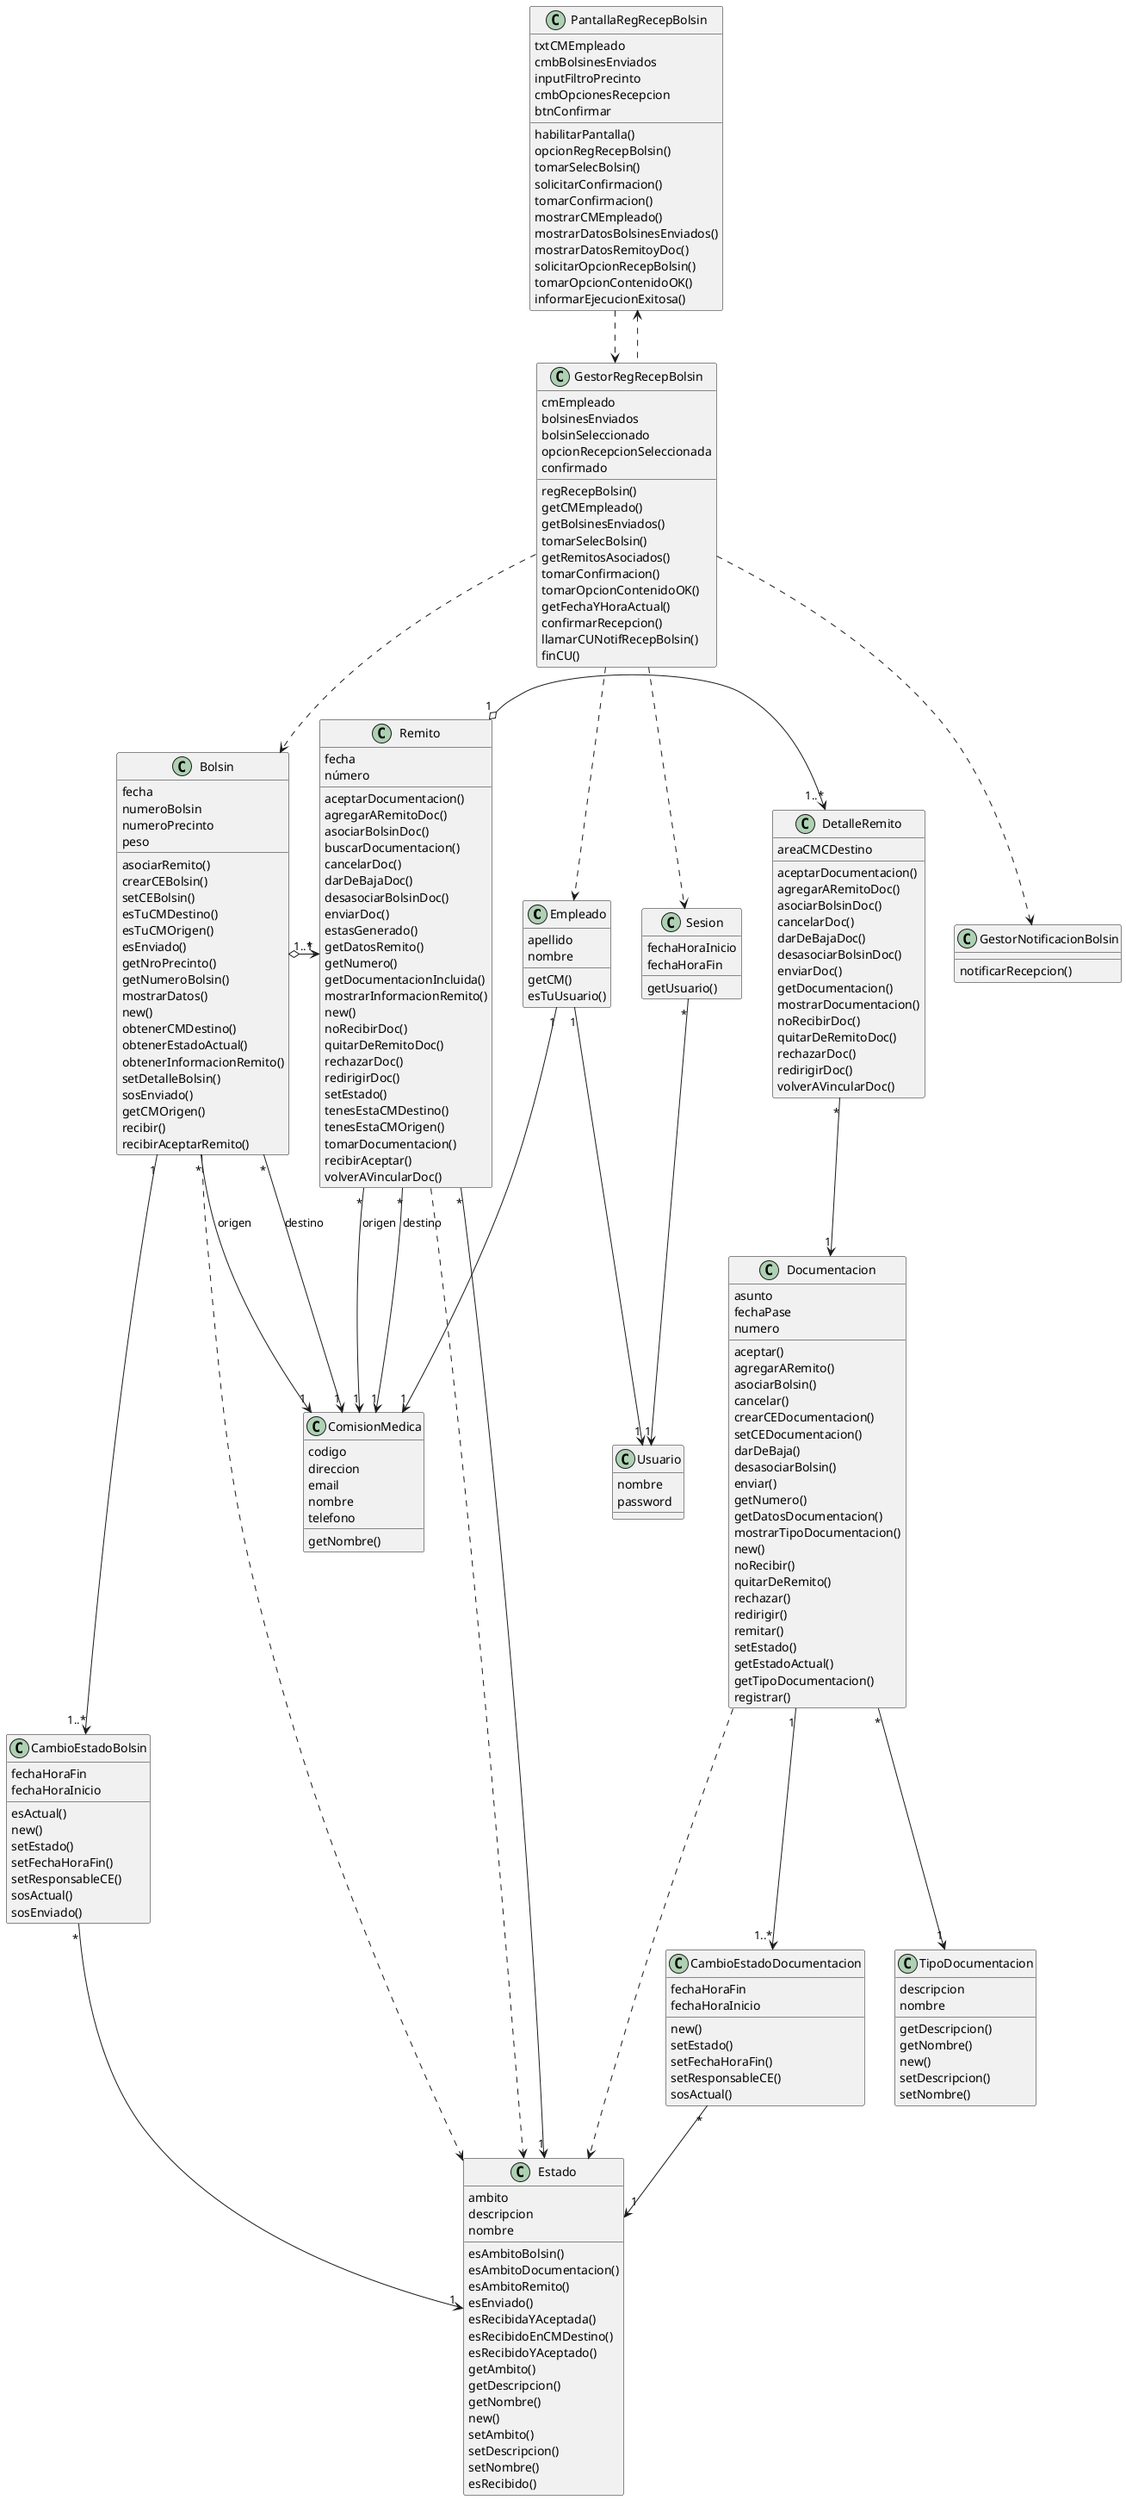
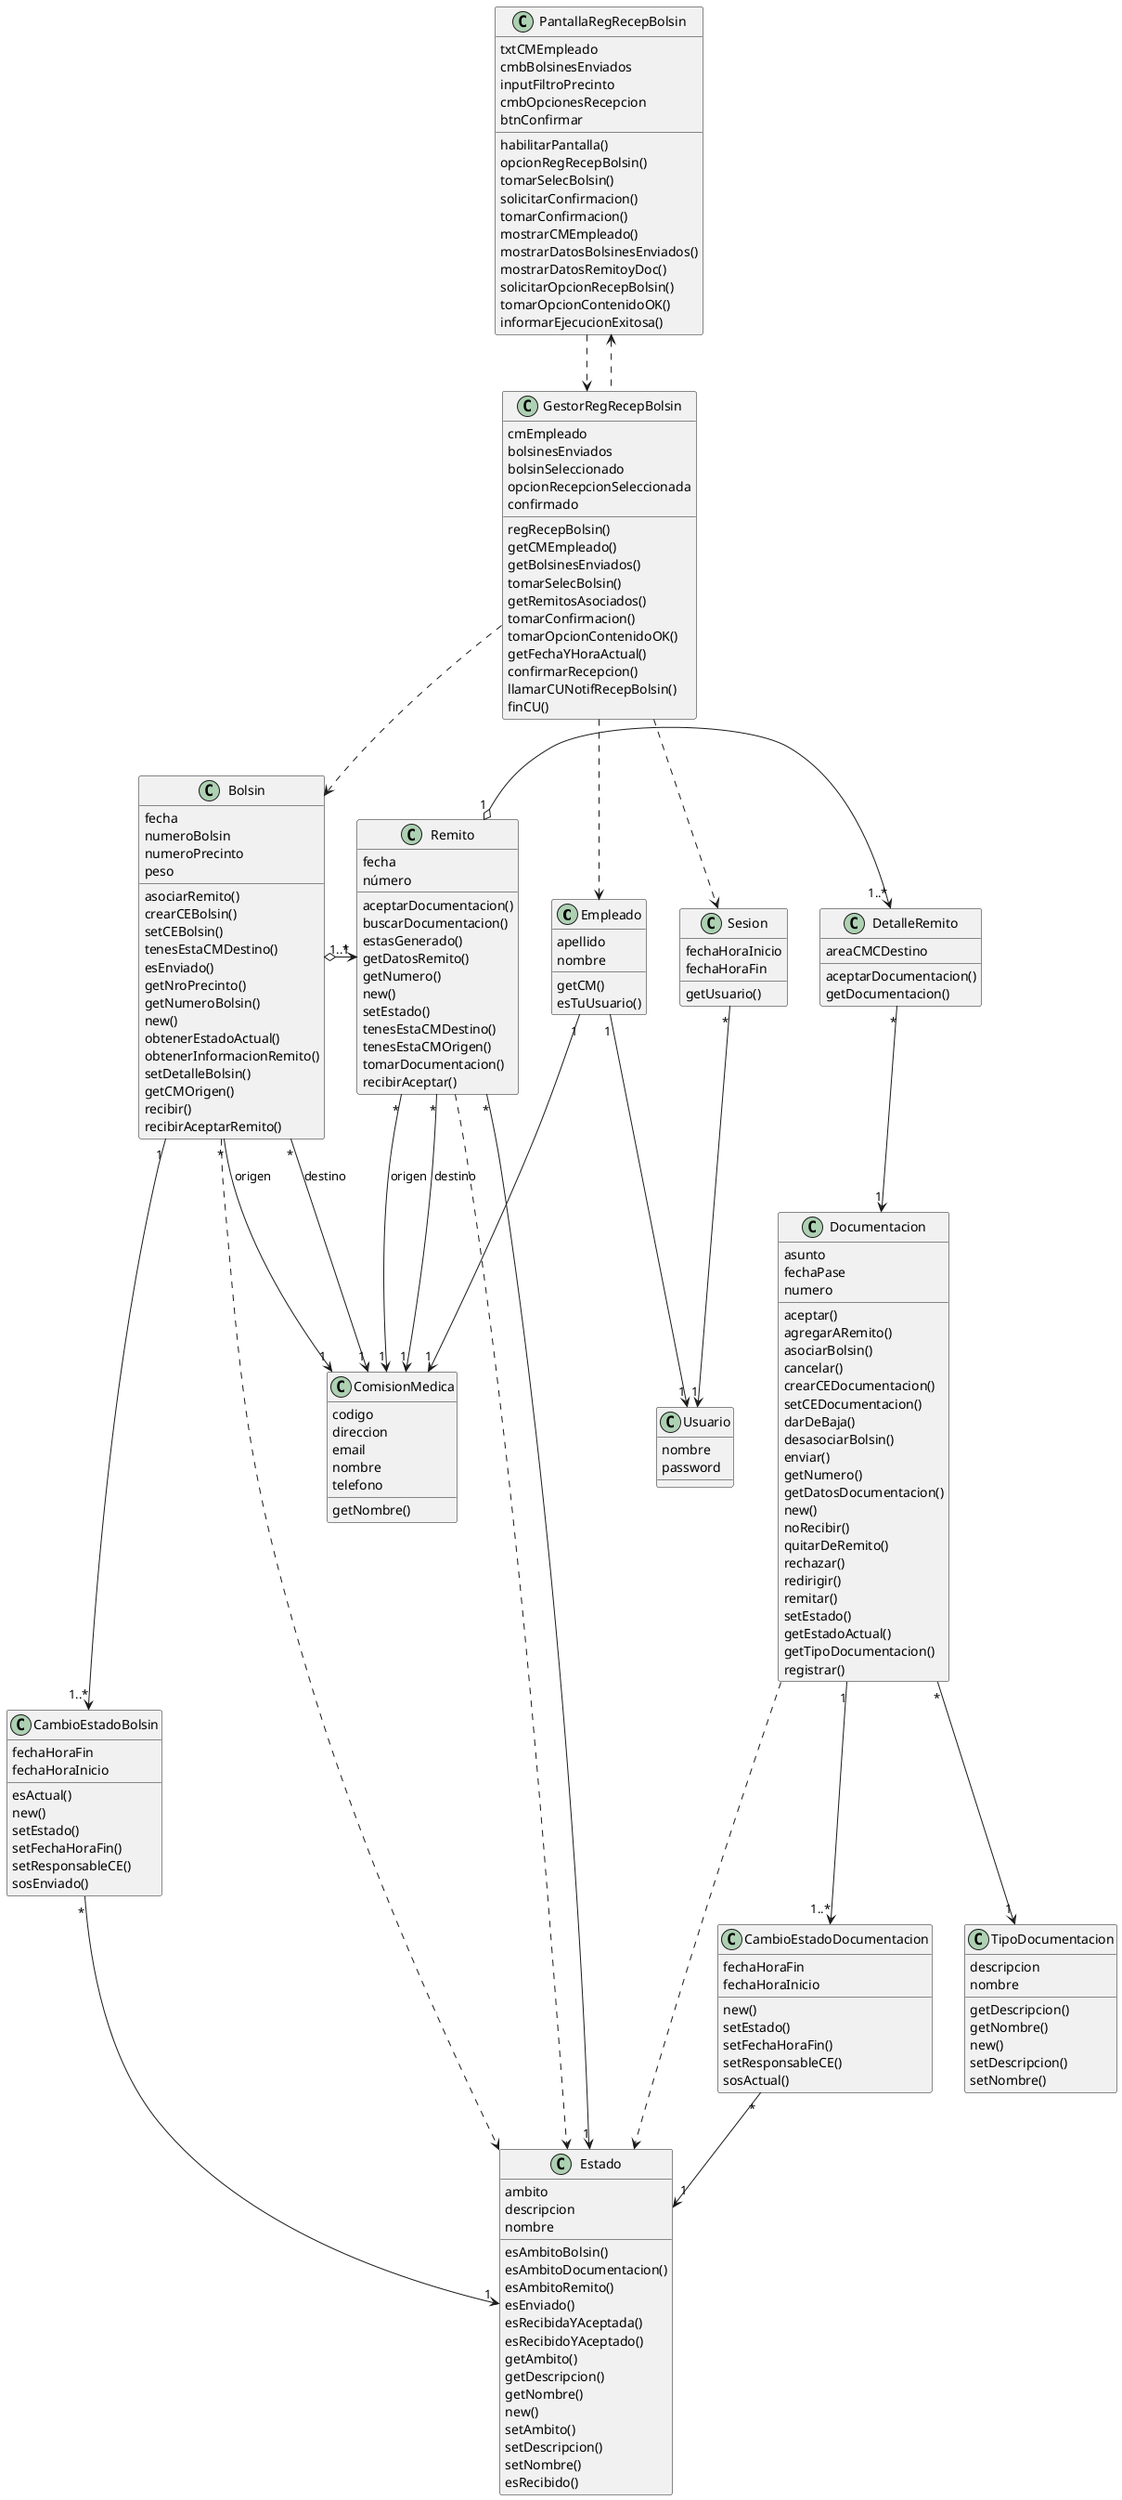
@startuml vista-analisis

class Empleado {
  apellido
  nombre
  getCM()
  esTuUsuario()
}

class Usuario {
  nombre
  password
}

class Sesion {
  fechaHoraInicio
  fechaHoraFin
  getUsuario()
}

class GestorRegRecepBolsin {
  cmEmpleado
  bolsinesEnviados
  bolsinSeleccionado
  opcionRecepcionSeleccionada
  confirmado
  regRecepBolsin()
  getCMEmpleado()
  getBolsinesEnviados()
  tomarSelecBolsin()
  getRemitosAsociados()
  tomarConfirmacion()
  tomarOpcionContenidoOK()
  getFechaYHoraActual()
  confirmarRecepcion()
  llamarCUNotifRecepBolsin()
  finCU()
}

class PantallaRegRecepBolsin {
  txtCMEmpleado
  cmbBolsinesEnviados
  inputFiltroPrecinto
  cmbOpcionesRecepcion
  btnConfirmar
  habilitarPantalla()
  opcionRegRecepBolsin()
  tomarSelecBolsin()
  solicitarConfirmacion()
  tomarConfirmacion()
  mostrarCMEmpleado()
  mostrarDatosBolsinesEnviados()
  mostrarDatosRemitoyDoc()
  solicitarOpcionRecepBolsin()
  tomarOpcionContenidoOK()
  informarEjecucionExitosa()
}

- class GestorNotificacionBolsin {
-   notificarRecepcion()
- }
- 
class ComisionMedica {
  codigo
  direccion
  email
  nombre
  telefono
  getNombre()
}

class Bolsin {
  fecha
  numeroBolsin
  numeroPrecinto
  peso
  asociarRemito()
  crearCEBolsin()
  setCEBolsin()
-   esTuCMDestino()
-   esTuCMOrigen()
+   tenesEstaCMDestino()
  esEnviado()
  getNroPrecinto()
  getNumeroBolsin()
-   mostrarDatos()
-   new()
-   obtenerCMDestino()
+   new()
  obtenerEstadoActual()
  obtenerInformacionRemito()
  setDetalleBolsin()
-   sosEnviado()
  getCMOrigen()
  recibir()
  recibirAceptarRemito()
}

class CambioEstadoBolsin {
  fechaHoraFin
  fechaHoraInicio
  esActual()
  new()
  setEstado()
  setFechaHoraFin()
  setResponsableCE()
-   sosActual()
  sosEnviado()
}

class Estado {
  ambito
  descripcion
  nombre
  esAmbitoBolsin()
  esAmbitoDocumentacion()
  esAmbitoRemito()
  esEnviado()
  esRecibidaYAceptada()
-   esRecibidoEnCMDestino()
  esRecibidoYAceptado()
  getAmbito()
  getDescripcion()
  getNombre()
  new()
  setAmbito()
  setDescripcion()
  setNombre()
  esRecibido()
}

class Remito {
  fecha
  número
  aceptarDocumentacion()
-   agregarARemitoDoc()
-   asociarBolsinDoc()
  buscarDocumentacion()
-   cancelarDoc()
-   darDeBajaDoc()
-   desasociarBolsinDoc()
-   enviarDoc()
  estasGenerado()
  getDatosRemito()
  getNumero()
-   getDocumentacionIncluida()
-   mostrarInformacionRemito()
-   new()
-   noRecibirDoc()
-   quitarDeRemitoDoc()
-   rechazarDoc()
-   redirigirDoc()
+   new()
  setEstado()
  tenesEstaCMDestino()
  tenesEstaCMOrigen()
  tomarDocumentacion()
  recibirAceptar()
-   volverAVincularDoc()
}

class DetalleRemito {
  areaCMCDestino
  aceptarDocumentacion()
-   agregarARemitoDoc()
-   asociarBolsinDoc()
-   cancelarDoc()
-   darDeBajaDoc()
-   desasociarBolsinDoc()
-   enviarDoc()
  getDocumentacion()
-   mostrarDocumentacion()
-   noRecibirDoc()
-   quitarDeRemitoDoc()
-   rechazarDoc()
-   redirigirDoc()
-   volverAVincularDoc()
}

class Documentacion {
  asunto
  fechaPase
  numero
  aceptar()
  agregarARemito()
  asociarBolsin()
  cancelar()
  crearCEDocumentacion()
  setCEDocumentacion()
  darDeBaja()
  desasociarBolsin()
  enviar()
  getNumero()
  getDatosDocumentacion()
-   mostrarTipoDocumentacion()
  new()
  noRecibir()
  quitarDeRemito()
  rechazar()
  redirigir()
  remitar()
  setEstado()
  getEstadoActual()
  getTipoDocumentacion()
  registrar()
}

class CambioEstadoDocumentacion {
  fechaHoraFin
  fechaHoraInicio
  new()
  setEstado()
  setFechaHoraFin()
  setResponsableCE()
  sosActual()
}

class TipoDocumentacion {
  descripcion
  nombre
  getDescripcion()
  getNombre()
  new()
  setDescripcion()
  setNombre()
}

PantallaRegRecepBolsin ..> GestorRegRecepBolsin
PantallaRegRecepBolsin <.. GestorRegRecepBolsin
GestorRegRecepBolsin ..> Sesion
GestorRegRecepBolsin ..> Empleado
GestorRegRecepBolsin ..> Bolsin
- GestorRegRecepBolsin ..> GestorNotificacionBolsin
Bolsin ..> Estado
Remito ..> Estado
Documentacion ..> Estado
Sesion "*" --> "1" Usuario
Empleado "1" --> "1" Usuario
Empleado "1" --> "1" ComisionMedica
Bolsin "*" --> "1" ComisionMedica : origen
Bolsin "*" --> "1" ComisionMedica : destino
Remito "*" --> "1" ComisionMedica : origen
Remito "*" --> "1" ComisionMedica : destino
Bolsin "1" --> "1..*" CambioEstadoBolsin
CambioEstadoBolsin "*" --> "1" Estado
Bolsin "1..*" o-> "1" Remito
Remito "*" --> "1" Estado
Remito "1" o-> "1..*" DetalleRemito
DetalleRemito "*" --> "1" Documentacion
Documentacion "*" --> "1" TipoDocumentacion
Documentacion "1" --> "1..*" CambioEstadoDocumentacion
CambioEstadoDocumentacion "*" --> "1" Estado

@enduml
